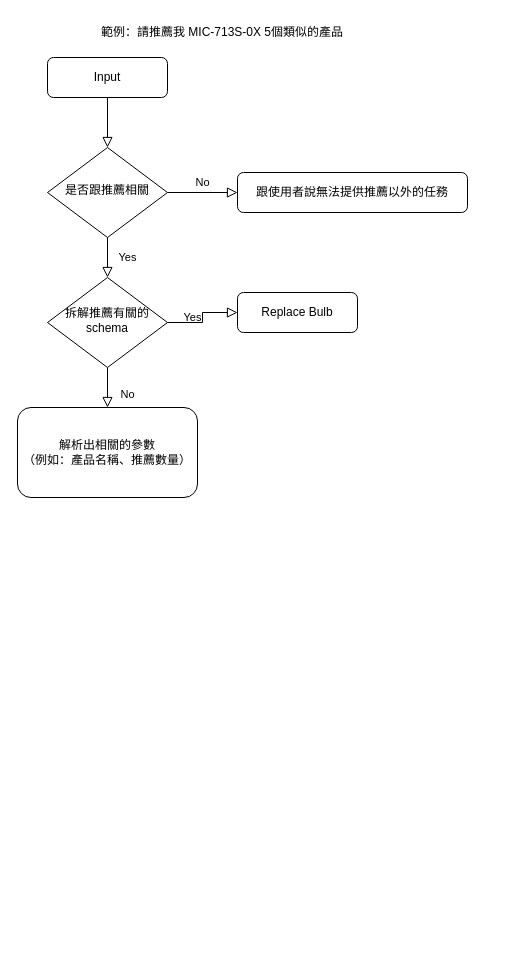
The draw.io diagram 推薦系統.drawio in YChaoWang/Drawio_backup, before the edit. Source tidied: cells renumbered, new cells numbered last; positions are measured from the earlier drawing's top-left corner, leaving out a move shared by most shapes. Both pictures are drawn from the tidied source at 100%, with x=0, y=0 at pixel (17, 17).
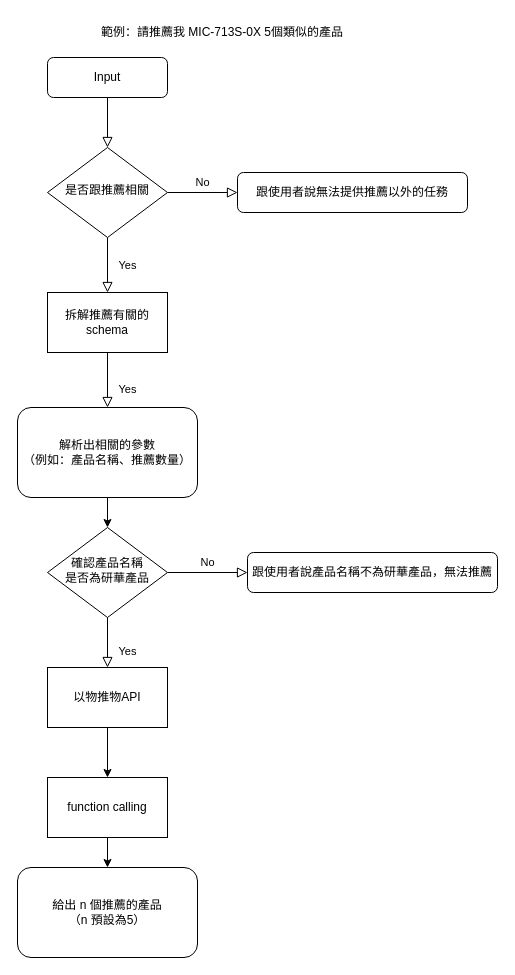
The same page after the edit.

Commit message (it also covers changes not shown here):
更新推薦系統.drawio

Unchanged cells that the change refers to:
```xml
<mxCell id="6" value="是否跟推薦相關" style="rhombus;whiteSpace=wrap;html=1;shadow=0;fontFamily=Helvetica;fontSize=12;align=center;strokeWidth=1;spacing=6;spacingTop=-4;" parent="1" vertex="1">
  <mxGeometry x="30" y="130" width="120" height="90" as="geometry" />
</mxCell>
<mxCell id="11" value="解析出相關的參數&lt;div&gt;（例如：產品名稱、推薦數量）&lt;/div&gt;" style="rounded=1;whiteSpace=wrap;html=1;fontSize=12;glass=0;strokeWidth=1;shadow=0;" parent="1" vertex="1">
  <mxGeometry y="390" width="180" height="90" as="geometry" />
</mxCell>
```

The edit, as a diff of the source:
```diff
@@
-    <mxCell id="4" value="Yes" style="rounded=0;html=1;jettySize=auto;fontSize=11;endArrow=block;endFill=0;endSize=8;strokeWidth=1;shadow=0;labelBackgroundColor=none;edgeStyle=orthogonalEdgeStyle;" parent="1" edge="1" source="6" target="10">
+    <mxCell id="4" value="Yes" style="rounded=0;html=1;jettySize=auto;fontSize=11;endArrow=block;endFill=0;endSize=8;strokeWidth=1;shadow=0;labelBackgroundColor=none;edgeStyle=orthogonalEdgeStyle;entryX=0.5;entryY=0;entryDx=0;entryDy=0;" parent="1" edge="1" source="6" target="10">
       <mxGeometry y="20" relative="1" as="geometry" />
     </mxCell>
@@
-    <mxCell id="8" value="No" style="rounded=0;html=1;jettySize=auto;fontSize=11;endArrow=block;endFill=0;endSize=8;strokeWidth=1;shadow=0;labelBackgroundColor=none;edgeStyle=orthogonalEdgeStyle;" parent="1" edge="1" source="10" target="11">
+    <mxCell id="8" value="Yes" style="rounded=0;html=1;jettySize=auto;fontSize=11;endArrow=block;endFill=0;endSize=8;strokeWidth=1;shadow=0;labelBackgroundColor=none;edgeStyle=orthogonalEdgeStyle;exitX=0.5;exitY=1;exitDx=0;exitDy=0;" parent="1" edge="1" source="10" target="11">
       <mxGeometry x="0.35" y="20" relative="1" as="geometry" />
     </mxCell>
-    <mxCell id="9" value="Yes" style="edgeStyle=orthogonalEdgeStyle;rounded=0;html=1;jettySize=auto;fontSize=11;endArrow=block;endFill=0;endSize=8;strokeWidth=1;shadow=0;labelBackgroundColor=none;" parent="1" edge="1" source="10" target="12">
-      <mxGeometry y="10" relative="1" as="geometry" />
-    </mxCell>
-    <mxCell id="10" value="拆解推薦有關的schema" style="rhombus;whiteSpace=wrap;html=1;shadow=0;fontFamily=Helvetica;fontSize=12;align=center;strokeWidth=1;spacing=6;spacingTop=-4;verticalAlign=middle;labelPosition=center;verticalLabelPosition=middle;" parent="1" vertex="1">
-      <mxGeometry x="30" y="260" width="120" height="90" as="geometry" />
-    </mxCell>
+    <mxCell id="14" style="edgeStyle=orthogonalEdgeStyle;rounded=0;jettySize=auto;html=1;" parent="1" edge="1" source="11" target="19">
+      <mxGeometry relative="1" as="geometry" />
+    </mxCell>
@@
-    <mxCell id="12" value="Replace Bulb" style="rounded=1;whiteSpace=wrap;html=1;fontSize=12;glass=0;strokeWidth=1;shadow=0;" parent="1" vertex="1">
-      <mxGeometry x="220" y="275" width="120" height="40" as="geometry" />
+    <mxCell id="12" value="跟使用者說產品名稱不為研華產品，無法推薦" style="rounded=1;whiteSpace=wrap;html=1;fontSize=12;glass=0;strokeWidth=1;shadow=0;" parent="1" vertex="1">
+      <mxGeometry x="230" y="535" width="250" height="40" as="geometry" />
     </mxCell>
@@
+    <mxCell id="15" style="edgeStyle=orthogonalEdgeStyle;rounded=0;jettySize=auto;html=1;" parent="1" edge="1" source="16" target="18">
+      <mxGeometry relative="1" as="geometry" />
+    </mxCell>
+    <mxCell id="16" value="以物推物API" style="rounded=0;whiteSpace=wrap;html=1;" parent="1" vertex="1">
+      <mxGeometry x="30" y="650" width="120" height="60" as="geometry" />
+    </mxCell>
+    <mxCell id="17" style="edgeStyle=orthogonalEdgeStyle;rounded=0;jettySize=auto;html=1;" parent="1" edge="1" source="18" target="21">
+      <mxGeometry relative="1" as="geometry" />
+    </mxCell>
+    <mxCell id="18" value="function calling" style="rounded=0;whiteSpace=wrap;html=1;" parent="1" vertex="1">
+      <mxGeometry x="30" y="760" width="120" height="60" as="geometry" />
+    </mxCell>
+    <mxCell id="10" value="拆解推薦有關的schema" style="rounded=0;whiteSpace=wrap;html=1;" parent="1" vertex="1">
+      <mxGeometry x="30" y="275" width="120" height="60" as="geometry" />
+    </mxCell>
+    <mxCell id="19" value="確認產品名稱&lt;div&gt;是否為&lt;span style=&quot;background-color: transparent; color: light-dark(rgb(0, 0, 0), rgb(255, 255, 255));&quot;&gt;研華產品&lt;/span&gt;&lt;/div&gt;" style="rhombus;whiteSpace=wrap;html=1;shadow=0;fontFamily=Helvetica;fontSize=12;align=center;strokeWidth=1;spacing=6;spacingTop=-4;" parent="1" vertex="1">
+      <mxGeometry x="30" y="510" width="120" height="90" as="geometry" />
+    </mxCell>
+    <mxCell id="9" value="Yes" style="rounded=0;html=1;jettySize=auto;fontSize=11;endArrow=block;endFill=0;endSize=8;strokeWidth=1;shadow=0;labelBackgroundColor=none;edgeStyle=orthogonalEdgeStyle;exitX=0.5;exitY=1;exitDx=0;exitDy=0;entryX=0.5;entryY=0;entryDx=0;entryDy=0;" parent="1" edge="1" source="19" target="16">
+      <mxGeometry x="0.35" y="20" relative="1" as="geometry" />
+    </mxCell>
+    <mxCell id="20" value="No" style="edgeStyle=orthogonalEdgeStyle;rounded=0;html=1;jettySize=auto;fontSize=11;endArrow=block;endFill=0;endSize=8;strokeWidth=1;shadow=0;labelBackgroundColor=none;exitX=1;exitY=0.5;exitDx=0;exitDy=0;entryX=0;entryY=0.5;entryDx=0;entryDy=0;" parent="1" edge="1" source="19" target="12">
+      <mxGeometry y="10" relative="1" as="geometry" />
+    </mxCell>
+    <mxCell id="21" value="給出 n 個推薦的產品&lt;div&gt;（n 預設為5）&lt;/div&gt;" style="rounded=1;whiteSpace=wrap;html=1;fontSize=12;glass=0;strokeWidth=1;shadow=0;" parent="1" vertex="1">
+      <mxGeometry y="850" width="180" height="90" as="geometry" />
+    </mxCell>
```
